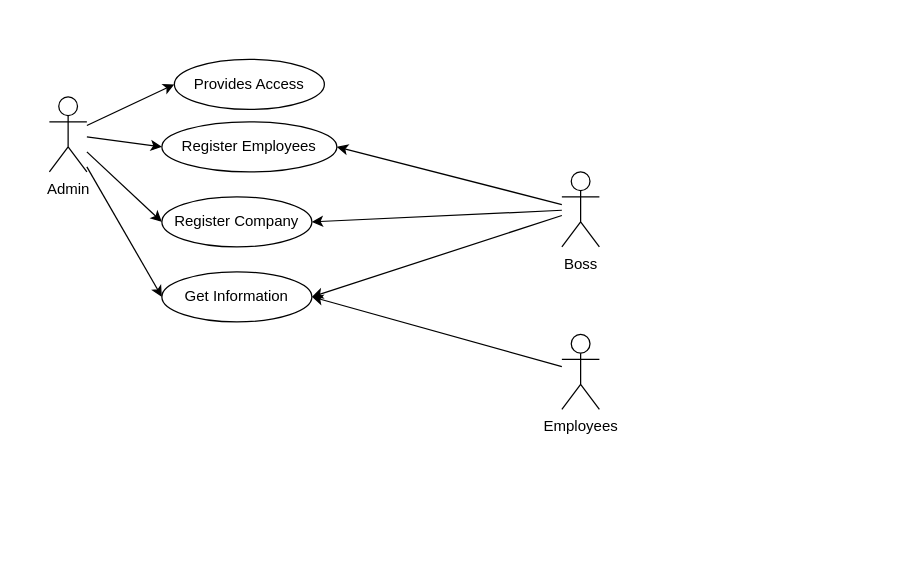
KenyaPaiz/NominaApi keeps this draw.io diagram as DIAGRAMAS/useCase.drawio. Above is the earlier version. Source tidied: cells renumbered, new cells numbered last; positions are measured from the earlier drawing's top-left corner, leaving out a move shared by most shapes. Both pictures are drawn from the tidied source at 125%, with x=0, y=0 at pixel (49, 59).
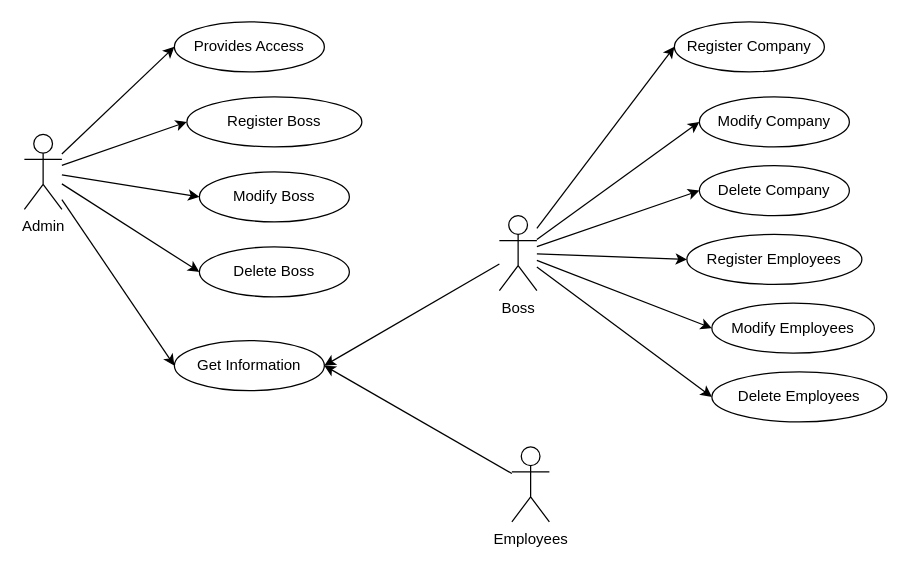
The same page after the edit.

The edit, as a diff of the source:
```diff
@@
-    <mxCell id="3" style="edgeStyle=none;html=1;entryX=0;entryY=0.5;entryDx=0;entryDy=0;" parent="1" edge="1" source="6" target="15">
-      <mxGeometry relative="1" as="geometry" />
-    </mxCell>
@@
-    <mxCell id="5" style="edgeStyle=none;html=1;entryX=0;entryY=0.5;entryDx=0;entryDy=0;" parent="1" edge="1" source="6" target="14">
+    <mxCell id="5" style="edgeStyle=none;html=1;entryX=0;entryY=0.5;entryDx=0;entryDy=0;" parent="1" edge="1" source="6" target="25">
       <mxGeometry relative="1" as="geometry" />
     </mxCell>
+    <mxCell id="17" style="edgeStyle=none;html=1;entryX=0;entryY=0.5;entryDx=0;entryDy=0;" parent="1" edge="1" source="6" target="24">
+      <mxGeometry relative="1" as="geometry" />
+    </mxCell>
+    <mxCell id="18" style="edgeStyle=none;html=1;entryX=0;entryY=0.5;entryDx=0;entryDy=0;" parent="1" edge="1" source="6" target="14">
+      <mxGeometry relative="1" as="geometry" />
+    </mxCell>
     <mxCell id="6" value="Admin" style="shape=umlActor;verticalLabelPosition=bottom;verticalAlign=top;html=1;" parent="1" vertex="1">
-      <mxGeometry y="30" width="30" height="60" as="geometry" />
+      <mxGeometry x="-20" y="60" width="30" height="60" as="geometry" />
     </mxCell>
@@
     <mxCell id="8" value="Employees" style="shape=umlActor;verticalLabelPosition=bottom;verticalAlign=top;html=1;" parent="1" vertex="1">
-      <mxGeometry x="410" y="220" width="30" height="60" as="geometry" />
+      <mxGeometry x="370" y="310" width="30" height="60" as="geometry" />
     </mxCell>
     <mxCell id="9" value="Provides Access" style="ellipse;whiteSpace=wrap;html=1;" parent="1" vertex="1">
-      <mxGeometry x="100" width="120" height="40" as="geometry" />
+      <mxGeometry x="100" y="-30" width="120" height="40" as="geometry" />
     </mxCell>
+    <mxCell id="12" style="edgeStyle=none;html=1;entryX=1;entryY=0.5;entryDx=0;entryDy=0;" parent="1" edge="1" source="13" target="16">
+      <mxGeometry relative="1" as="geometry" />
+    </mxCell>
-    <mxCell id="10" style="edgeStyle=none;html=1;entryX=1;entryY=0.5;entryDx=0;entryDy=0;" parent="1" edge="1" source="13" target="15">
+    <mxCell id="10" style="edgeStyle=none;html=1;entryX=0;entryY=0.5;entryDx=0;entryDy=0;" parent="1" edge="1" source="13" target="15">
       <mxGeometry relative="1" as="geometry" />
     </mxCell>
-    <mxCell id="11" style="edgeStyle=none;html=1;entryX=1;entryY=0.5;entryDx=0;entryDy=0;" parent="1" edge="1" source="13" target="14">
-      <mxGeometry relative="1" as="geometry" />
-    </mxCell>
-    <mxCell id="12" style="edgeStyle=none;html=1;entryX=1;entryY=0.5;entryDx=0;entryDy=0;" parent="1" edge="1" source="13" target="16">
-      <mxGeometry relative="1" as="geometry" />
-    </mxCell>
+    <mxCell id="19" style="edgeStyle=none;html=1;entryX=0;entryY=0.5;entryDx=0;entryDy=0;" parent="1" edge="1" source="13" target="26">
+      <mxGeometry relative="1" as="geometry" />
+    </mxCell>
+    <mxCell id="20" style="edgeStyle=none;html=1;entryX=0;entryY=0.5;entryDx=0;entryDy=0;" parent="1" edge="1" source="13" target="30">
+      <mxGeometry relative="1" as="geometry" />
+    </mxCell>
+    <mxCell id="21" style="edgeStyle=none;html=1;entryX=0;entryY=0.5;entryDx=0;entryDy=0;" parent="1" edge="1" source="13" target="29">
+      <mxGeometry relative="1" as="geometry" />
+    </mxCell>
+    <mxCell id="22" style="edgeStyle=none;html=1;entryX=0;entryY=0.5;entryDx=0;entryDy=0;" parent="1" edge="1" source="13" target="28">
+      <mxGeometry relative="1" as="geometry" />
+    </mxCell>
+    <mxCell id="23" style="edgeStyle=none;html=1;entryX=0;entryY=0.5;entryDx=0;entryDy=0;" parent="1" edge="1" source="13" target="27">
+      <mxGeometry relative="1" as="geometry" />
+    </mxCell>
     <mxCell id="13" value="Boss" style="shape=umlActor;verticalLabelPosition=bottom;verticalAlign=top;html=1;" parent="1" vertex="1">
-      <mxGeometry x="410" y="90" width="30" height="60" as="geometry" />
+      <mxGeometry x="360" y="125" width="30" height="60" as="geometry" />
     </mxCell>
-    <mxCell id="14" value="Register Employees" style="ellipse;whiteSpace=wrap;html=1;" parent="1" vertex="1">
-      <mxGeometry x="90" y="50" width="140" height="40" as="geometry" />
+    <mxCell id="14" value="Register Boss" style="ellipse;whiteSpace=wrap;html=1;" parent="1" vertex="1">
+      <mxGeometry x="110" y="30" width="140" height="40" as="geometry" />
     </mxCell>
     <mxCell id="15" value="Register Company" style="ellipse;whiteSpace=wrap;html=1;" parent="1" vertex="1">
-      <mxGeometry x="90" y="110" width="120" height="40" as="geometry" />
+      <mxGeometry x="500" y="-30" width="120" height="40" as="geometry" />
     </mxCell>
     <mxCell id="16" value="Get Information" style="ellipse;whiteSpace=wrap;html=1;" parent="1" vertex="1">
-      <mxGeometry x="90" y="170" width="120" height="40" as="geometry" />
+      <mxGeometry x="100" y="225" width="120" height="40" as="geometry" />
     </mxCell>
+    <mxCell id="24" value="Modify Boss" style="ellipse;whiteSpace=wrap;html=1;" parent="1" vertex="1">
+      <mxGeometry x="120" y="90" width="120" height="40" as="geometry" />
+    </mxCell>
+    <mxCell id="25" value="Delete Boss" style="ellipse;whiteSpace=wrap;html=1;" parent="1" vertex="1">
+      <mxGeometry x="120" y="150" width="120" height="40" as="geometry" />
+    </mxCell>
+    <mxCell id="26" value="Register Employees" style="ellipse;whiteSpace=wrap;html=1;" parent="1" vertex="1">
+      <mxGeometry x="510" y="140" width="140" height="40" as="geometry" />
+    </mxCell>
+    <mxCell id="27" value="Modify Company" style="ellipse;whiteSpace=wrap;html=1;" parent="1" vertex="1">
+      <mxGeometry x="520" y="30" width="120" height="40" as="geometry" />
+    </mxCell>
+    <mxCell id="28" value="Delete Company" style="ellipse;whiteSpace=wrap;html=1;" parent="1" vertex="1">
+      <mxGeometry x="520" y="85" width="120" height="40" as="geometry" />
+    </mxCell>
+    <mxCell id="29" value="Modify Employees" style="ellipse;whiteSpace=wrap;html=1;" parent="1" vertex="1">
+      <mxGeometry x="530" y="195" width="130" height="40" as="geometry" />
+    </mxCell>
+    <mxCell id="30" value="Delete Employees" style="ellipse;whiteSpace=wrap;html=1;" parent="1" vertex="1">
+      <mxGeometry x="530" y="250" width="140" height="40" as="geometry" />
+    </mxCell>
```
